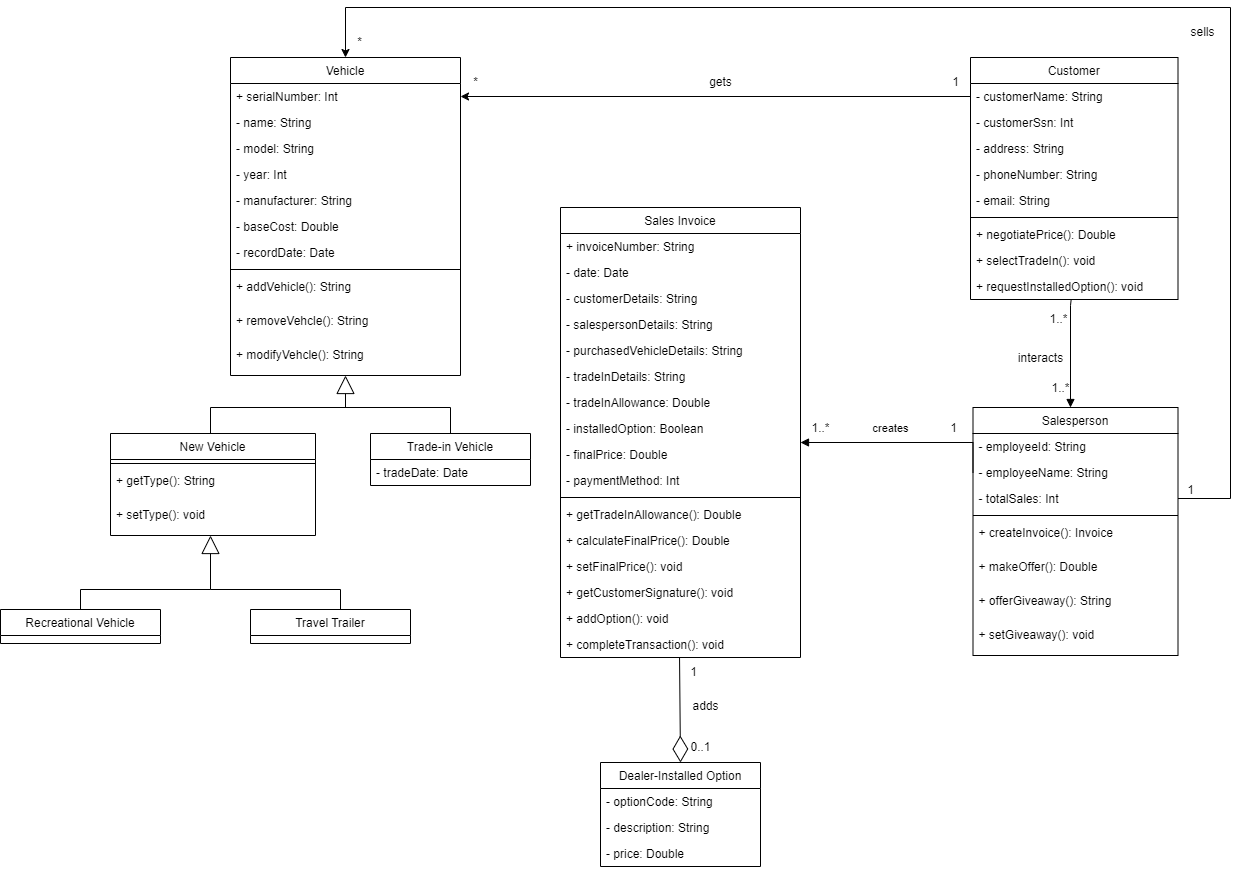
LarryChenCode/IS7020_diagrams keeps this draw.io diagram as holiday_travel_vehicles.drawio.png. Above is the earlier version. Source tidied: cells renumbered, new cells last; positions are measured from the earlier drawing's top-left corner, leaving out a move shared by most shapes.
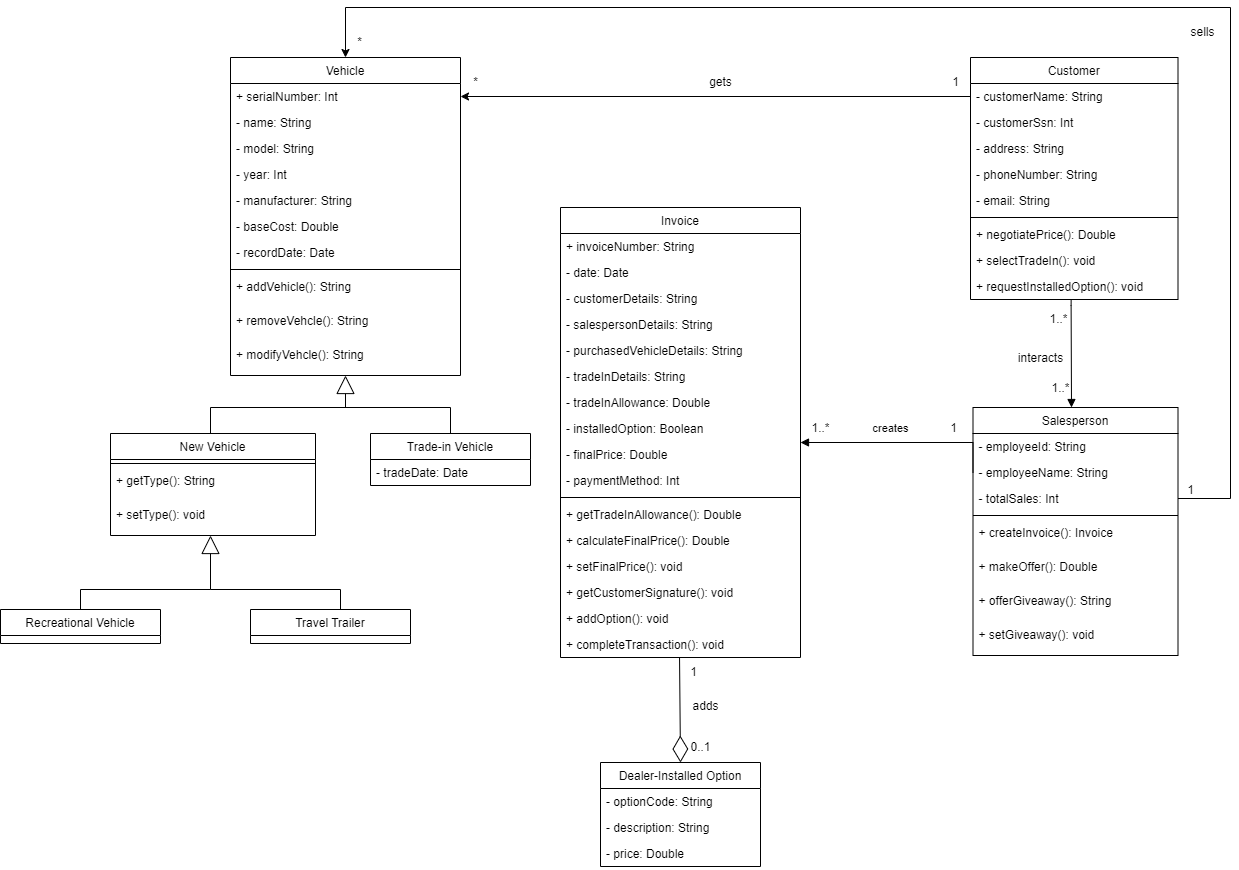
Above is the later version.

The edit, as a diff of the source:
```diff
@@ -1,4 +1,4 @@
-<mxGraphModel background="#ffffff">
+<mxGraphModel>
   <root>
     <mxCell id="0" />
     <mxCell id="1" parent="0" />
@@ -74,7 +74,7 @@
     <mxCell id="23" value="+ setGiveaway(): void" style="text;align=left;verticalAlign=top;spacingLeft=4;spacingRight=4;overflow=hidden;fontStyle=0;" parent="15" vertex="1">
       <mxGeometry y="214" width="205" height="34" as="geometry" />
     </mxCell>
-    <mxCell id="24" value="Sales Invoice" style="swimlane;fontStyle=0;align=center;verticalAlign=top;horizontal=1;startSize=26;rounded=0;shadow=0;strokeWidth=1;" parent="1" vertex="1">
+    <mxCell id="24" value="Invoice" style="swimlane;fontStyle=0;align=center;verticalAlign=top;horizontal=1;startSize=26;rounded=0;shadow=0;strokeWidth=1;" parent="1" vertex="1">
       <mxGeometry x="560" y="200" width="240" height="450" as="geometry" />
     </mxCell>
     <mxCell id="25" value="+ invoiceNumber: String" style="text;align=left;verticalAlign=top;spacingLeft=4;spacingRight=4;overflow=hidden;" parent="24" vertex="1">
```
